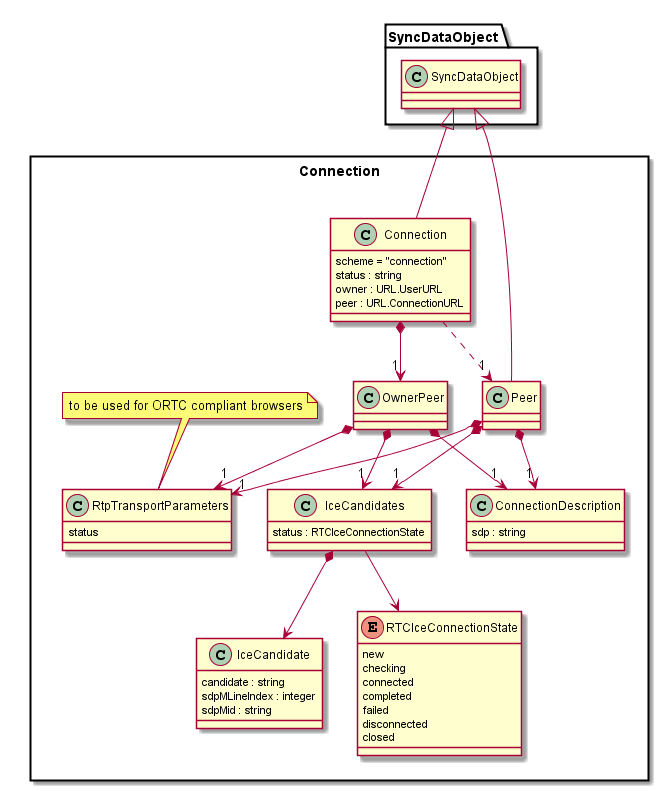
Earlier version of the PlantUML export datamodel/data-objects/connection/Connection-Data-Object-Model.png (reTHINK-project/specs).
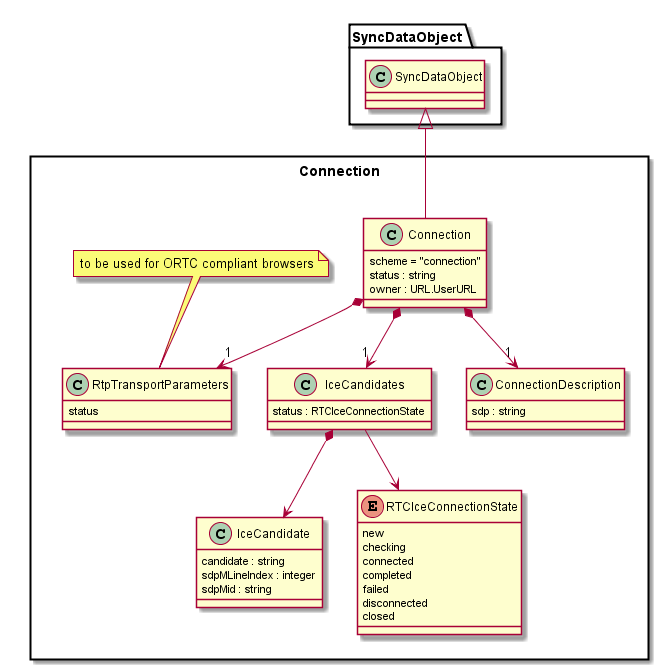
Above is the later version.

Commit message:
connection data model simplified

The edit, as a diff of the source:
```diff
@@ -1,4 +1,4 @@
-@startuml "../../datamodel/data-objects/connection/Connection-Data-Object-Model.png"
+@startuml "../../datamodel/data-objects/connection/Connection-Data-Object-Model-new.png"
 
 package Connection <<Rect>> {
 
@@ -6,13 +6,6 @@
 		scheme = "connection"
 		status : string
 		owner : URL.UserURL
-		peer : URL.ConnectionURL
-	}
-
-  	class OwnerPeer {
-	}
-
-	class Peer {
 	}
 
 	class IceCandidate {
@@ -45,18 +38,10 @@
 	}
 
 	Connection -up-|> SyncDataObject.SyncDataObject
-	Peer -up-|> SyncDataObject.SyncDataObject
 
-	Connection *--> "1" OwnerPeer
-	Connection ..> "1" Peer
-
-	Peer *--> "1" IceCandidates
-	Peer *--> "1" ConnectionDescription
-	Peer *--> "1" RtpTransportParameters
-
-	OwnerPeer *--> "1" IceCandidates
-	OwnerPeer *--> "1" ConnectionDescription
-	OwnerPeer *--> "1" RtpTransportParameters
+	Connection *--> "1" IceCandidates
+	Connection *--> "1" ConnectionDescription
+	Connection *--> "1" RtpTransportParameters
 
 	IceCandidates -down-> RTCIceConnectionState
 	IceCandidates *--> IceCandidate
```
